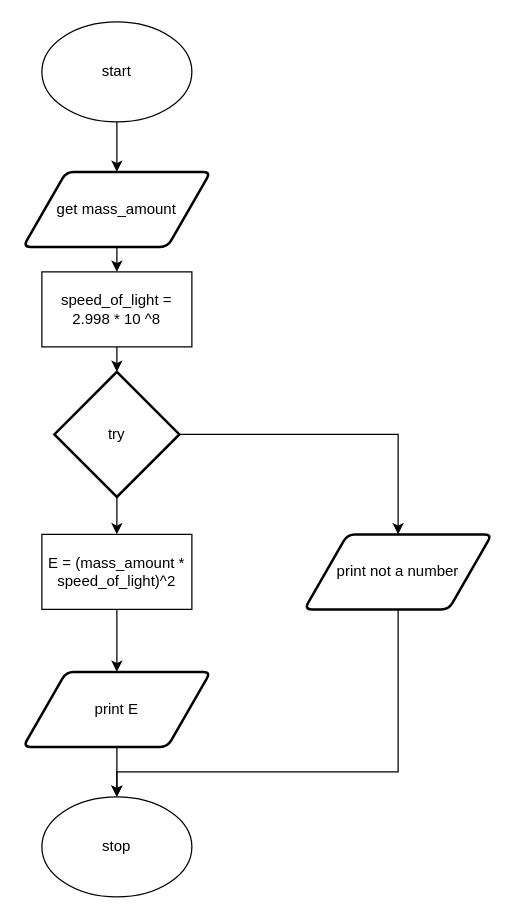
Above: flow.drawio in devin-jhu/ics4u-unit1-06-typescript (draw.io), before the change. Source tidied: cells renumbered, new cells numbered last; positions are measured from the earlier drawing's top-left corner, leaving out a move shared by most shapes. Both pictures are drawn from the tidied source at 125%, with x=0, y=0 at pixel (22, 21).
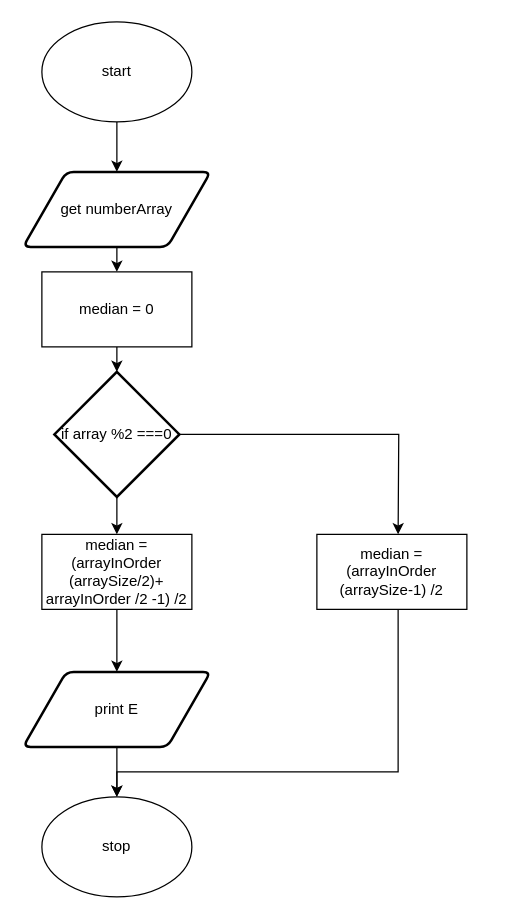
Above is the later version.

Unchanged cells that the change refers to:
```xml
<mxCell id="4" value="stop" style="ellipse;whiteSpace=wrap;html=1;" parent="1" vertex="1">
  <mxGeometry x="15" y="620" width="120" height="80" as="geometry" />
</mxCell>
```

Diff of the diagram source:
```diff
@@
-    <mxCell id="6" value="get mass_amount" style="shape=parallelogram;html=1;strokeWidth=2;perimeter=parallelogramPerimeter;whiteSpace=wrap;rounded=1;arcSize=12;size=0.23;" parent="1" vertex="1">
+    <mxCell id="6" value="get numberArray" style="shape=parallelogram;html=1;strokeWidth=2;perimeter=parallelogramPerimeter;whiteSpace=wrap;rounded=1;arcSize=12;size=0.23;" parent="1" vertex="1">
       <mxGeometry y="120" width="150" height="60" as="geometry" />
     </mxCell>
-    <mxCell id="7" style="edgeStyle=orthogonalEdgeStyle;html=1;exitX=1;exitY=0.5;exitDx=0;exitDy=0;exitPerimeter=0;entryX=0.5;entryY=0;entryDx=0;entryDy=0;rounded=0;" parent="1" edge="1" source="9" target="17">
-      <mxGeometry relative="1" as="geometry" />
+    <mxCell id="7" style="edgeStyle=orthogonalEdgeStyle;html=1;exitX=1;exitY=0.5;exitDx=0;exitDy=0;exitPerimeter=0;entryX=0.5;entryY=0;entryDx=0;entryDy=0;rounded=0;" parent="1" edge="1" source="9">
+      <mxGeometry relative="1" as="geometry">
+        <mxPoint x="300" y="410" as="targetPoint" />
+      </mxGeometry>
     </mxCell>
@@
-    <mxCell id="9" value="try" style="strokeWidth=2;html=1;shape=mxgraph.flowchart.decision;whiteSpace=wrap;" parent="1" vertex="1">
+    <mxCell id="9" value="if array %2 ===0" style="strokeWidth=2;html=1;shape=mxgraph.flowchart.decision;whiteSpace=wrap;" parent="1" vertex="1">
       <mxGeometry x="25" y="280" width="100" height="100" as="geometry" />
     </mxCell>
@@
-    <mxCell id="11" value="speed_of_light = 2.998 * 10 ^8" style="rounded=0;whiteSpace=wrap;html=1;" parent="1" vertex="1">
+    <mxCell id="11" value="median = 0" style="rounded=0;whiteSpace=wrap;html=1;" parent="1" vertex="1">
       <mxGeometry x="15" y="200" width="120" height="60" as="geometry" />
     </mxCell>
@@
-    <mxCell id="13" value="E = (mass_amount * speed_of_light)^2" style="rounded=0;whiteSpace=wrap;html=1;" parent="1" vertex="1">
+    <mxCell id="13" value="median = (arrayInOrder (arraySize/2)+ arrayInOrder /2 -1) /2" style="rounded=0;whiteSpace=wrap;html=1;" parent="1" vertex="1">
       <mxGeometry x="15" y="410" width="120" height="60" as="geometry" />
     </mxCell>
@@
-    <mxCell id="16" style="edgeStyle=orthogonalEdgeStyle;shape=connector;rounded=0;html=1;exitX=0.5;exitY=1;exitDx=0;exitDy=0;labelBackgroundColor=default;fontFamily=Helvetica;fontSize=11;fontColor=default;endArrow=classic;strokeColor=default;" parent="1" edge="1" source="17" target="4">
+    <mxCell id="16" style="edgeStyle=orthogonalEdgeStyle;shape=connector;rounded=0;html=1;exitX=0.5;exitY=1;exitDx=0;exitDy=0;labelBackgroundColor=default;fontFamily=Helvetica;fontSize=11;fontColor=default;endArrow=classic;strokeColor=default;" parent="1" edge="1" target="4">
       <mxGeometry relative="1" as="geometry">
+        <mxPoint x="300" y="470" as="sourcePoint" />
         <Array as="points">
           <mxPoint x="300" y="600" />
           <mxPoint x="75" y="600" />
         </Array>
       </mxGeometry>
     </mxCell>
-    <mxCell id="17" value="print not a number" style="shape=parallelogram;html=1;strokeWidth=2;perimeter=parallelogramPerimeter;whiteSpace=wrap;rounded=1;arcSize=12;size=0.23;" parent="1" vertex="1">
-      <mxGeometry x="225" y="410" width="150" height="60" as="geometry" />
-    </mxCell>
+    <mxCell id="18" value="median = (arrayInOrder (arraySize-1) /2" style="rounded=0;whiteSpace=wrap;html=1;" parent="1" vertex="1">
+      <mxGeometry x="235" y="410" width="120" height="60" as="geometry" />
+    </mxCell>
```
